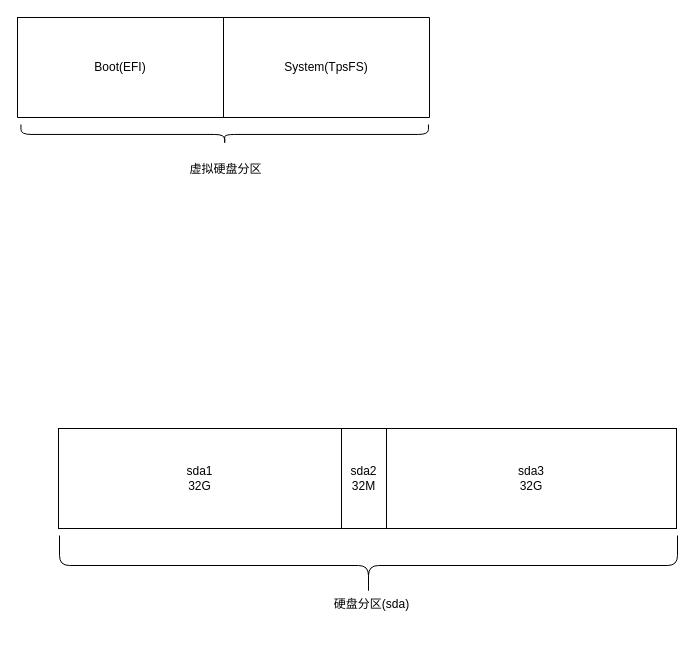
Before: 工业爱智产品化.drawio in SongXiaoLongg/DrawIO, a draw.io diagram. Source tidied: cells renumbered, new cells numbered last; positions are measured from the earlier drawing's top-left corner, leaving out a move shared by most shapes. Both pictures are drawn from the tidied source at 100%, with x=0, y=0 at pixel (17, -70).
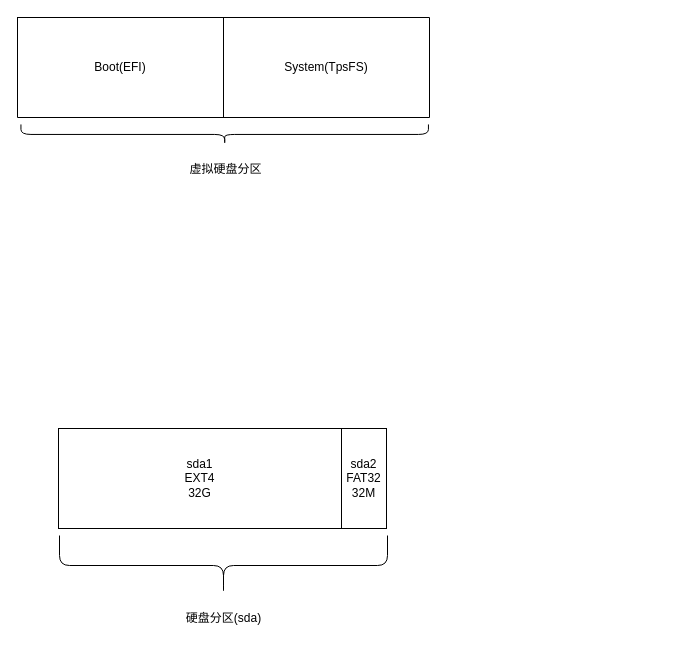
The same page after the edit.

Commit message:
更新工业爱智产品化.drawio

Diff of the diagram source:
```diff
@@
 <mxGraphModel>
   <root>
     <mxCell id="0" />
     <mxCell id="1" parent="0" />
-    <mxCell id="2" value="sda1&lt;br&gt;32G" style="rounded=0;whiteSpace=wrap;html=1;strokeWidth=1;" parent="1" vertex="1">
+    <mxCell id="2" value="sda1&lt;br&gt;EXT4&lt;br&gt;32G" style="rounded=0;whiteSpace=wrap;html=1;strokeWidth=1;" parent="1" vertex="1">
       <mxGeometry x="41" y="498" width="283" height="100" as="geometry" />
     </mxCell>
-    <mxCell id="3" value="sda3&lt;br&gt;32G" style="rounded=0;whiteSpace=wrap;html=1;strokeWidth=1;" parent="1" vertex="1">
-      <mxGeometry x="369" y="498" width="290" height="100" as="geometry" />
-    </mxCell>
     <mxCell id="4" style="shape=table;html=1;whiteSpace=wrap;startSize=0;childLayout=tableLayout;strokeWidth=1;" parent="1" vertex="1">
       <mxGeometry y="87" width="412" height="100" as="geometry" />
     </mxCell>
     <mxCell id="5" style="shape=tableRow;horizontal=0;startSize=0;swimlaneHead=0;swimlaneBody=0;top=0;left=0;bottom=0;right=0;fillColor=none;strokeWidth=1;" parent="4" vertex="1">
       <mxGeometry width="412" height="100" as="geometry" />
     </mxCell>
     <mxCell id="6" value="Boot(EFI)" style="shape=partialRectangle;html=1;whiteSpace=wrap;fillColor=none;top=0;left=0;bottom=0;right=0;overflow=hidden;strokeWidth=1;" parent="5" vertex="1">
       <mxGeometry width="206" height="100" as="geometry" />
     </mxCell>
     <mxCell id="7" value="System(TpsFS)" style="shape=partialRectangle;html=1;whiteSpace=wrap;fillColor=none;top=0;left=0;bottom=0;right=0;overflow=hidden;strokeWidth=1;" parent="5" vertex="1">
       <mxGeometry x="206" width="206" height="100" as="geometry" />
     </mxCell>
     <mxCell id="8" style="shape=curlyBracket;whiteSpace=wrap;html=1;rounded=1;rotation=-90;size=0.5;" parent="1" vertex="1">
       <mxGeometry x="197.2" y="0.2" width="20" height="407.5" as="geometry" />
     </mxCell>
     <mxCell id="9" value="虚拟硬盘分区" style="text;html=1;align=center;verticalAlign=middle;strokeColor=none;fillColor=none;" parent="1" vertex="1">
       <mxGeometry x="162.8" y="226" width="90" height="26" as="geometry" />
     </mxCell>
     <mxCell id="10" style="shape=curlyBracket;whiteSpace=wrap;html=1;rounded=1;rotation=-90;" parent="1" vertex="1">
-      <mxGeometry x="321" y="326" width="60" height="618" as="geometry" />
+      <mxGeometry x="176" y="471" width="60" height="328" as="geometry" />
     </mxCell>
     <mxCell id="11" value="硬盘分区(sda)" style="text;html=1;align=center;verticalAlign=middle;strokeColor=none;fillColor=none;" parent="1" vertex="1">
-      <mxGeometry x="307" y="661" width="93" height="26" as="geometry" />
+      <mxGeometry x="159.5" y="675" width="93" height="26" as="geometry" />
     </mxCell>
-    <mxCell id="12" value="sda2&lt;br&gt;32M" style="rounded=0;whiteSpace=wrap;html=1;strokeWidth=1;" parent="1" vertex="1">
+    <mxCell id="12" value="sda2&lt;br&gt;FAT32&lt;br&gt;32M" style="rounded=0;whiteSpace=wrap;html=1;strokeWidth=1;" parent="1" vertex="1">
       <mxGeometry x="324" y="498" width="45" height="100" as="geometry" />
     </mxCell>
   </root>
 </mxGraphModel>
```
